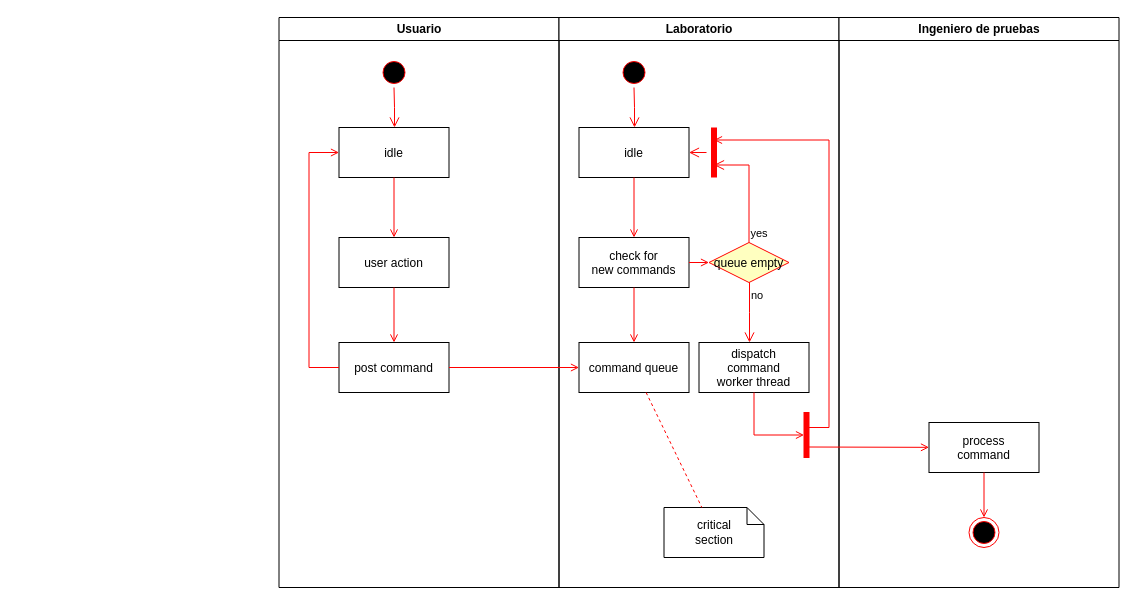
The draw.io diagram RelabTestPortal.drawio in byok22/Relab, before the edit. Source tidied: cells renumbered, new cells numbered last; positions are measured from the earlier drawing's top-left corner, leaving out a move shared by most shapes. Both pictures are drawn from the tidied source at 100%, with x=0, y=0 at pixel (278, 17).
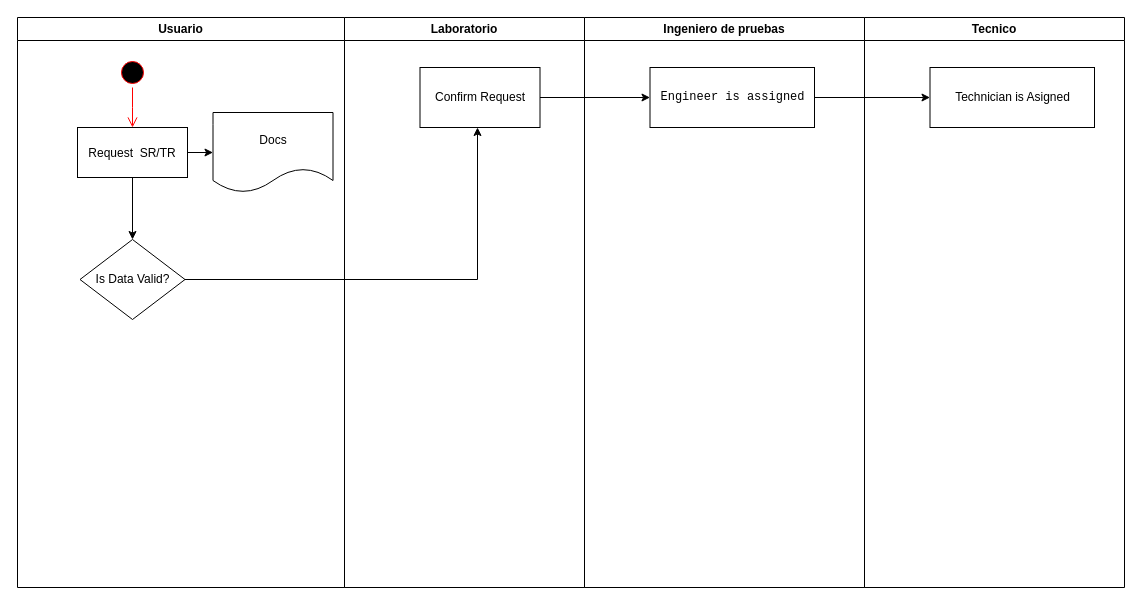
After the change.

Change to the diagram source:
```diff
@@
     <mxCell id="2" value="Usuario" style="swimlane;whiteSpace=wrap;" parent="1" vertex="1">
-      <mxGeometry x="0.5" width="280" height="570" as="geometry" />
+      <mxGeometry x="-261" width="327" height="570" as="geometry" />
     </mxCell>
@@
+    <mxCell id="37" style="edgeStyle=orthogonalEdgeStyle;rounded=0;jettySize=auto;html=1;" parent="2" edge="1" source="5" target="39">
+      <mxGeometry relative="1" as="geometry" />
+    </mxCell>
+    <mxCell id="38" style="edgeStyle=orthogonalEdgeStyle;rounded=0;jettySize=auto;html=1;" parent="2" edge="1" source="5" target="40">
+      <mxGeometry relative="1" as="geometry" />
+    </mxCell>
-    <mxCell id="5" value="idle" parent="2" vertex="1">
+    <mxCell id="5" value="Request  SR/TR" parent="2" vertex="1">
       <mxGeometry x="60" y="110" width="110" height="50" as="geometry" />
     </mxCell>
-    <mxCell id="6" value="user action" parent="2" vertex="1">
-      <mxGeometry x="60" y="220" width="110" height="50" as="geometry" />
-    </mxCell>
-    <mxCell id="7" style="endArrow=open;strokeColor=#FF0000;endFill=1;rounded=0;" parent="2" edge="1" source="5" target="6">
-      <mxGeometry relative="1" as="geometry" />
-    </mxCell>
-    <mxCell id="8" value="post command" parent="2" vertex="1">
-      <mxGeometry x="60" y="325" width="110" height="50" as="geometry" />
-    </mxCell>
-    <mxCell id="9" style="endArrow=open;strokeColor=#FF0000;endFill=1;rounded=0;" parent="2" edge="1" source="6" target="8">
-      <mxGeometry relative="1" as="geometry" />
-    </mxCell>
-    <mxCell id="10" style="edgeStyle=elbowEdgeStyle;elbow=horizontal;strokeColor=#FF0000;endArrow=open;endFill=1;rounded=0;" parent="2" edge="1" source="8" target="5">
-      <mxGeometry relative="1" as="geometry">
-        <Array as="points">
-          <mxPoint x="30" y="250" />
-        </Array>
-      </mxGeometry>
-    </mxCell>
+    <mxCell id="39" value="Docs" style="shape=document;whiteSpace=wrap;html=1;boundedLbl=1;" parent="2" vertex="1">
+      <mxGeometry x="195.5" y="95" width="120" height="80" as="geometry" />
+    </mxCell>
+    <mxCell id="40" value="Is Data Valid?" style="rhombus;whiteSpace=wrap;html=1;" parent="2" vertex="1">
+      <mxGeometry x="62.5" y="222" width="105" height="80" as="geometry" />
+    </mxCell>
     <mxCell id="11" value="Laboratorio" style="swimlane;whiteSpace=wrap;" parent="1" vertex="1">
-      <mxGeometry x="280.5" width="280" height="570" as="geometry" />
+      <mxGeometry x="66" width="240" height="570" as="geometry" />
     </mxCell>
-    <mxCell id="12" style="ellipse;shape=startState;fillColor=#000000;strokeColor=#ff0000;" parent="11" vertex="1">
-      <mxGeometry x="60" y="40" width="30" height="30" as="geometry" />
-    </mxCell>
-    <mxCell id="13" style="edgeStyle=elbowEdgeStyle;elbow=horizontal;verticalAlign=bottom;endArrow=open;endSize=8;strokeColor=#FF0000;endFill=1;rounded=0;" parent="11" edge="1" source="12" target="14">
-      <mxGeometry x="40" y="20" as="geometry" />
-    </mxCell>
-    <mxCell id="14" value="idle" parent="11" vertex="1">
-      <mxGeometry x="20" y="110" width="110" height="50" as="geometry" />
-    </mxCell>
-    <mxCell id="15" value="check for &#10;new commands" parent="11" vertex="1">
-      <mxGeometry x="20" y="220" width="110" height="50" as="geometry" />
-    </mxCell>
-    <mxCell id="16" style="endArrow=open;strokeColor=#FF0000;endFill=1;rounded=0;" parent="11" edge="1" source="14" target="15">
-      <mxGeometry relative="1" as="geometry" />
-    </mxCell>
-    <mxCell id="17" value="command queue" parent="11" vertex="1">
-      <mxGeometry x="20" y="325" width="110" height="50" as="geometry" />
-    </mxCell>
-    <mxCell id="18" style="endArrow=open;strokeColor=#FF0000;endFill=1;rounded=0;" parent="11" edge="1" source="15" target="17">
-      <mxGeometry relative="1" as="geometry" />
-    </mxCell>
-    <mxCell id="19" value="queue empty" style="rhombus;fillColor=#ffffc0;strokeColor=#ff0000;" parent="11" vertex="1">
-      <mxGeometry x="150" y="225" width="80" height="40" as="geometry" />
-    </mxCell>
-    <mxCell id="20" value="yes" style="edgeStyle=elbowEdgeStyle;elbow=horizontal;align=left;verticalAlign=bottom;endArrow=open;endSize=8;strokeColor=#FF0000;exitX=0.5;exitY=0;endFill=1;rounded=0;entryX=0.75;entryY=0.5;entryPerimeter=0;" parent="11" edge="1" source="19" target="23">
-      <mxGeometry x="-1" relative="1" as="geometry">
-        <Array as="points">
-          <mxPoint x="190" y="180" />
-        </Array>
-      </mxGeometry>
-    </mxCell>
-    <mxCell id="21" value="no" style="edgeStyle=elbowEdgeStyle;elbow=horizontal;align=left;verticalAlign=top;endArrow=open;endSize=8;strokeColor=#FF0000;endFill=1;rounded=0;" parent="11" edge="1" source="19" target="25">
-      <mxGeometry x="-1" relative="1" as="geometry" />
-    </mxCell>
-    <mxCell id="22" style="endArrow=open;strokeColor=#FF0000;endFill=1;rounded=0;" parent="11" edge="1" source="15" target="19">
-      <mxGeometry relative="1" as="geometry" />
-    </mxCell>
-    <mxCell id="23" style="shape=line;strokeWidth=6;strokeColor=#ff0000;rotation=90;" parent="11" vertex="1">
-      <mxGeometry x="130" y="127.5" width="50" height="15" as="geometry" />
-    </mxCell>
-    <mxCell id="24" style="edgeStyle=elbowEdgeStyle;elbow=horizontal;verticalAlign=bottom;endArrow=open;endSize=8;strokeColor=#FF0000;endFill=1;rounded=0;" parent="11" edge="1" source="23" target="14">
-      <mxGeometry x="130" y="90" as="geometry" />
-    </mxCell>
-    <mxCell id="25" value="dispatch&#10;command&#10;worker thread" parent="11" vertex="1">
-      <mxGeometry x="140" y="325" width="110" height="50" as="geometry" />
-    </mxCell>
-    <mxCell id="26" value="critical&#10;section" style="shape=note;whiteSpace=wrap;size=17;" parent="11" vertex="1">
-      <mxGeometry x="105" y="490" width="100" height="50" as="geometry" />
-    </mxCell>
-    <mxCell id="27" style="endArrow=none;strokeColor=#FF0000;endFill=0;rounded=0;dashed=1;" parent="11" edge="1" source="17" target="26">
-      <mxGeometry relative="1" as="geometry" />
-    </mxCell>
-    <mxCell id="28" style="whiteSpace=wrap;strokeColor=#FF0000;fillColor=#FF0000;" parent="11" vertex="1">
-      <mxGeometry x="245" y="395" width="5" height="45" as="geometry" />
-    </mxCell>
-    <mxCell id="29" style="edgeStyle=elbowEdgeStyle;elbow=horizontal;entryX=0;entryY=0.5;strokeColor=#FF0000;endArrow=open;endFill=1;rounded=0;" parent="11" edge="1" source="25" target="28">
-      <mxGeometry relative="1" as="geometry">
-        <Array as="points">
-          <mxPoint x="195" y="400" />
-        </Array>
-      </mxGeometry>
-    </mxCell>
+    <mxCell id="41" value="Confirm Request" style="whiteSpace=wrap;html=1;" parent="11" vertex="1">
+      <mxGeometry x="75.5" y="50" width="120" height="60" as="geometry" />
+    </mxCell>
     <mxCell id="30" value="Ingeniero de pruebas" style="swimlane;whiteSpace=wrap;" parent="1" vertex="1">
-      <mxGeometry x="560.5" width="280" height="570" as="geometry" />
+      <mxGeometry x="306" width="280" height="570" as="geometry" />
     </mxCell>
-    <mxCell id="31" value="process&#10;command" parent="30" vertex="1">
-      <mxGeometry x="90" y="405" width="110" height="50" as="geometry" />
-    </mxCell>
-    <mxCell id="32" style="edgeStyle=elbowEdgeStyle;elbow=horizontal;strokeColor=#FF0000;endArrow=open;endFill=1;rounded=0;entryX=0.25;entryY=0.5;entryPerimeter=0;" parent="30" edge="1" target="23">
-      <mxGeometry relative="1" as="geometry">
-        <mxPoint x="-30" y="410" as="sourcePoint" />
-        <Array as="points">
-          <mxPoint x="-10" y="135" />
-        </Array>
-      </mxGeometry>
-    </mxCell>
-    <mxCell id="33" style="edgeStyle=none;strokeColor=#FF0000;endArrow=open;endFill=1;rounded=0;" parent="30" edge="1" target="31">
-      <mxGeometry relative="1" as="geometry">
-        <mxPoint x="-30" y="429.5" as="sourcePoint" />
-      </mxGeometry>
-    </mxCell>
-    <mxCell id="34" style="ellipse;shape=endState;fillColor=#000000;strokeColor=#ff0000;" parent="30" vertex="1">
-      <mxGeometry x="130" y="500" width="30" height="30" as="geometry" />
-    </mxCell>
-    <mxCell id="35" style="endArrow=open;strokeColor=#FF0000;endFill=1;rounded=0;" parent="30" edge="1" source="31" target="34">
-      <mxGeometry relative="1" as="geometry" />
-    </mxCell>
-    <mxCell id="36" style="endArrow=open;strokeColor=#FF0000;endFill=1;rounded=0;" parent="1" edge="1" source="8" target="17">
-      <mxGeometry relative="1" as="geometry" />
-    </mxCell>
+    <mxCell id="42" value="&lt;pre dir=&quot;ltr&quot; aria-label=&quot;Texto traducido&quot; style=&quot;text-align:left&quot; id=&quot;tw-target-text&quot; class=&quot;tw-data-text tw-text-large tw-ta&quot;&gt;&lt;span lang=&quot;en&quot; class=&quot;Y2IQFc&quot;&gt;Engineer is assigned&lt;/span&gt;&lt;/pre&gt;" style="whiteSpace=wrap;html=1;" parent="30" vertex="1">
+      <mxGeometry x="65.5" y="50" width="164.5" height="60" as="geometry" />
+    </mxCell>
+    <mxCell id="43" style="edgeStyle=orthogonalEdgeStyle;rounded=0;jettySize=auto;html=1;" parent="1" edge="1" source="40" target="41">
+      <mxGeometry relative="1" as="geometry">
+        <Array as="points">
+          <mxPoint x="199" y="262" />
+          <mxPoint x="199" y="80" />
+        </Array>
+      </mxGeometry>
+    </mxCell>
+    <mxCell id="44" style="edgeStyle=orthogonalEdgeStyle;rounded=0;jettySize=auto;html=1;" parent="1" edge="1" source="41" target="42">
+      <mxGeometry relative="1" as="geometry" />
+    </mxCell>
+    <mxCell id="45" value="Tecnico" style="swimlane;whiteSpace=wrap;" parent="1" vertex="1">
+      <mxGeometry x="586" width="260" height="570" as="geometry" />
+    </mxCell>
+    <mxCell id="46" value="Technician is Asigned" style="whiteSpace=wrap;html=1;" parent="45" vertex="1">
+      <mxGeometry x="65.5" y="50" width="164.5" height="60" as="geometry" />
+    </mxCell>
+    <mxCell id="47" style="edgeStyle=orthogonalEdgeStyle;rounded=0;jettySize=auto;html=1;" parent="1" edge="1" source="42" target="46">
+      <mxGeometry relative="1" as="geometry" />
+    </mxCell>
```
